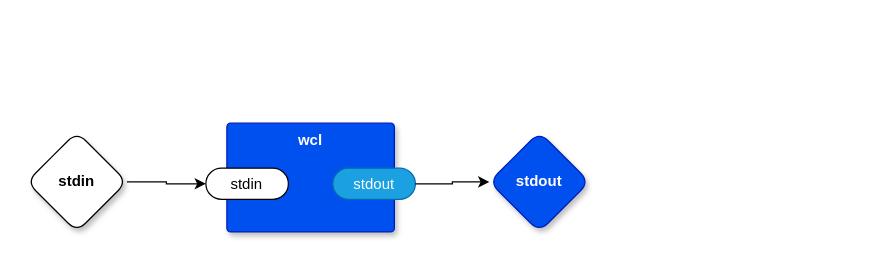
Above: page "softwcl" (5 of 5) of vsh.drawio in guitarvydas/odin0d (draw.io), before the change. Source tidied: cells renumbered, new cells numbered last; positions are measured from the earlier drawing's top-left corner, leaving out a move shared by most shapes. Both pictures are drawn from the tidied source at 125%, with x=0, y=0 at pixel (26, 122).
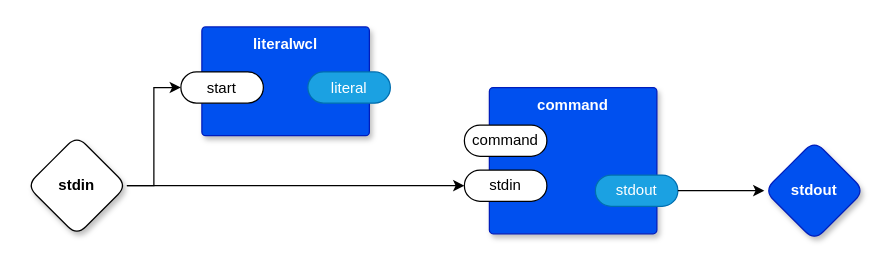
Above is the later version.

Commit message (it also covers changes not shown here):
rough-in literalwcl

The edit, as a diff of the source:
```diff
@@
 <mxGraphModel>
   <root>
     <mxCell id="0" />
     <mxCell id="1" parent="0" />
-    <mxCell id="2" value="wcl" style="rounded=1;whiteSpace=wrap;html=1;sketch=0;verticalAlign=top;arcSize=6;fontStyle=1;absoluteArcSize=1;shadow=1;strokeColor=#001DBC;fillColor=#0050ef;fontColor=#ffffff;" parent="1" vertex="1">
-      <mxGeometry x="160" width="134" height="87" as="geometry" />
+    <mxCell id="2" value="command" style="rounded=1;whiteSpace=wrap;html=1;sketch=0;verticalAlign=top;arcSize=6;fontStyle=1;absoluteArcSize=1;shadow=1;strokeColor=#001DBC;fillColor=#0050ef;fontColor=#ffffff;" parent="1" vertex="1">
+      <mxGeometry x="370" y="-28.5" width="134" height="117" as="geometry" />
     </mxCell>
     <mxCell id="3" value="stdin" style="rounded=1;whiteSpace=wrap;html=1;sketch=0;points=[[0,0.5,0,0,0],[1,0.5,0,0,0]];arcSize=50;" parent="2" vertex="1">
-      <mxGeometry x="-16.8" y="36" width="66" height="25" as="geometry" />
+      <mxGeometry x="-20" y="66" width="66" height="25" as="geometry" />
     </mxCell>
     <mxCell id="4" value="stdout" style="rounded=1;whiteSpace=wrap;html=1;sketch=0;points=[[0,0.5,0,0,0],[1,0.5,0,0,0]];fillColor=#1ba1e2;fontColor=#ffffff;strokeColor=#006EAF;arcSize=50;" parent="2" vertex="1">
-      <mxGeometry x="84.8" y="36" width="66" height="25" as="geometry" />
+      <mxGeometry x="84.8" y="70" width="66" height="25" as="geometry" />
     </mxCell>
+    <mxCell id="9" value="command" style="rounded=1;whiteSpace=wrap;html=1;sketch=0;arcSize=50;" parent="2" vertex="1">
+      <mxGeometry x="-20" y="30" width="66" height="25" as="geometry" />
+    </mxCell>
     <mxCell id="5" style="edgeStyle=orthogonalEdgeStyle;rounded=0;jettySize=auto;html=1;" parent="1" edge="1" source="6" target="3">
       <mxGeometry relative="1" as="geometry" />
     </mxCell>
+    <mxCell id="10" style="edgeStyle=orthogonalEdgeStyle;rounded=0;jettySize=auto;html=1;exitX=1;exitY=0.5;exitDx=0;exitDy=0;exitPerimeter=0;entryX=0;entryY=0.5;entryDx=0;entryDy=0;entryPerimeter=0;" parent="1" edge="1" source="6" target="12">
+      <mxGeometry relative="1" as="geometry" />
+    </mxCell>
     <mxCell id="6" value="stdin" style="rhombus;whiteSpace=wrap;html=1;rounded=1;fontStyle=1;glass=0;sketch=0;fontSize=12;points=[[0,0.5,0,0,0],[0.5,0,0,0,0],[0.5,1,0,0,0],[1,0.5,0,0,0]];shadow=1;" parent="1" vertex="1">
-      <mxGeometry y="7" width="80" height="80" as="geometry" />
+      <mxGeometry y="10" width="80" height="80" as="geometry" />
     </mxCell>
     <mxCell id="7" value="stdout" style="rhombus;whiteSpace=wrap;html=1;rounded=1;fillColor=#0050ef;fontColor=#ffffff;strokeColor=#001DBC;fontStyle=1;glass=0;sketch=0;fontSize=12;points=[[0,0.5,0,0,0],[0.5,0,0,0,0],[0.5,1,0,0,0],[1,0.5,0,0,0]];shadow=1;" parent="1" vertex="1">
-      <mxGeometry x="370" y="7" width="80" height="80" as="geometry" />
+      <mxGeometry x="590" y="14" width="80" height="80" as="geometry" />
     </mxCell>
     <mxCell id="8" style="edgeStyle=orthogonalEdgeStyle;rounded=0;jettySize=auto;html=1;entryX=0;entryY=0.5;entryDx=0;entryDy=0;entryPerimeter=0;" parent="1" edge="1" source="4" target="7">
       <mxGeometry relative="1" as="geometry" />
     </mxCell>
+    <mxCell id="11" value="literalwcl" style="rounded=1;whiteSpace=wrap;html=1;sketch=0;verticalAlign=top;arcSize=6;fontStyle=1;absoluteArcSize=1;shadow=1;strokeColor=#001DBC;fillColor=#0050ef;fontColor=#ffffff;" parent="1" vertex="1">
+      <mxGeometry x="140" y="-77" width="134" height="87" as="geometry" />
+    </mxCell>
+    <mxCell id="12" value="start" style="rounded=1;whiteSpace=wrap;html=1;sketch=0;points=[[0,0.5,0,0,0],[1,0.5,0,0,0]];arcSize=50;" parent="11" vertex="1">
+      <mxGeometry x="-16.8" y="36" width="66" height="25" as="geometry" />
+    </mxCell>
+    <mxCell id="13" value="literal" style="rounded=1;whiteSpace=wrap;html=1;sketch=0;fillColor=#1ba1e2;fontColor=#ffffff;strokeColor=#006EAF;arcSize=50;" parent="11" vertex="1">
+      <mxGeometry x="84.8" y="36" width="66" height="25" as="geometry" />
+    </mxCell>
   </root>
 </mxGraphModel>
```
